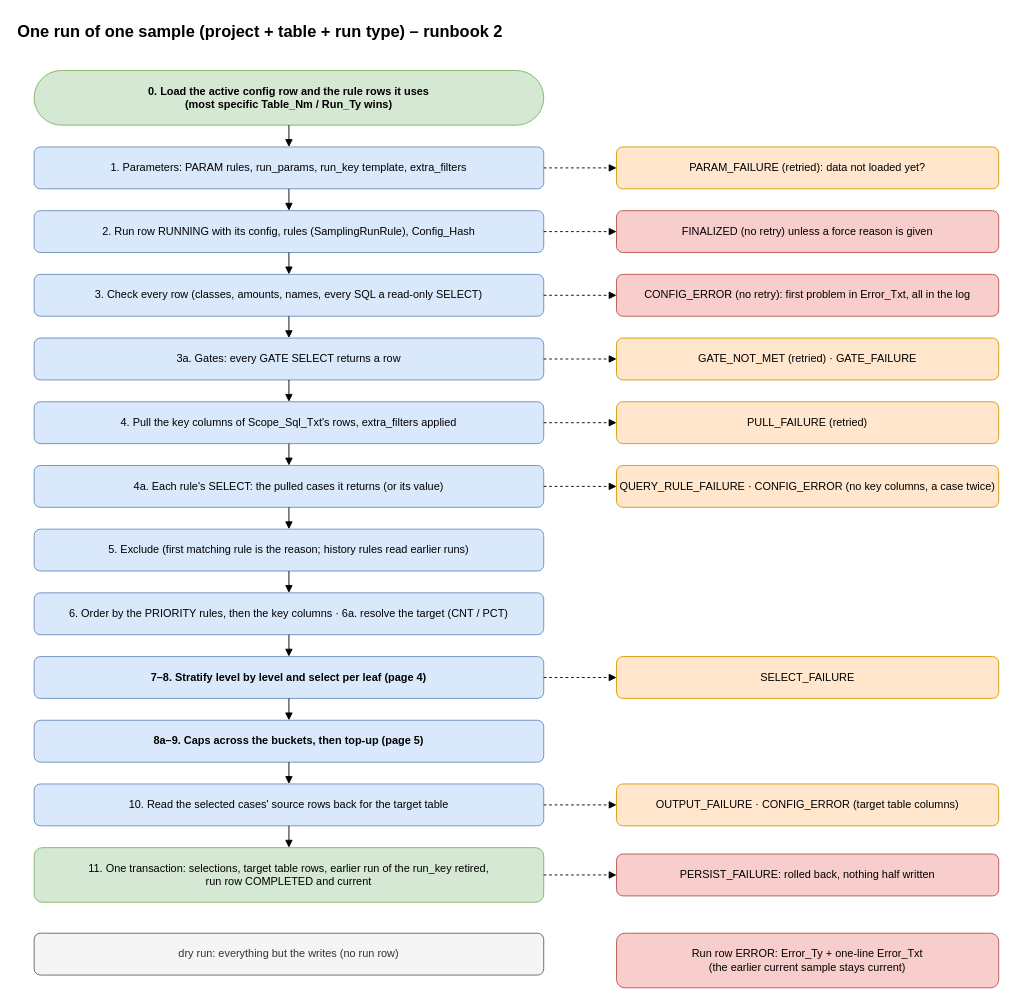
trinathgundavaram/sampling keeps this draw.io diagram as page "3 One run" (3 of 8) of airflow_resources/docs/diagrams/sampling.drawio. Above is the earlier version. Source tidied: cells renumbered, new cells numbered last; positions are measured from the earlier drawing's top-left corner, leaving out a move shared by most shapes. Both pictures are drawn from the tidied source at 91%, with x=0, y=0 at pixel (15, 15).
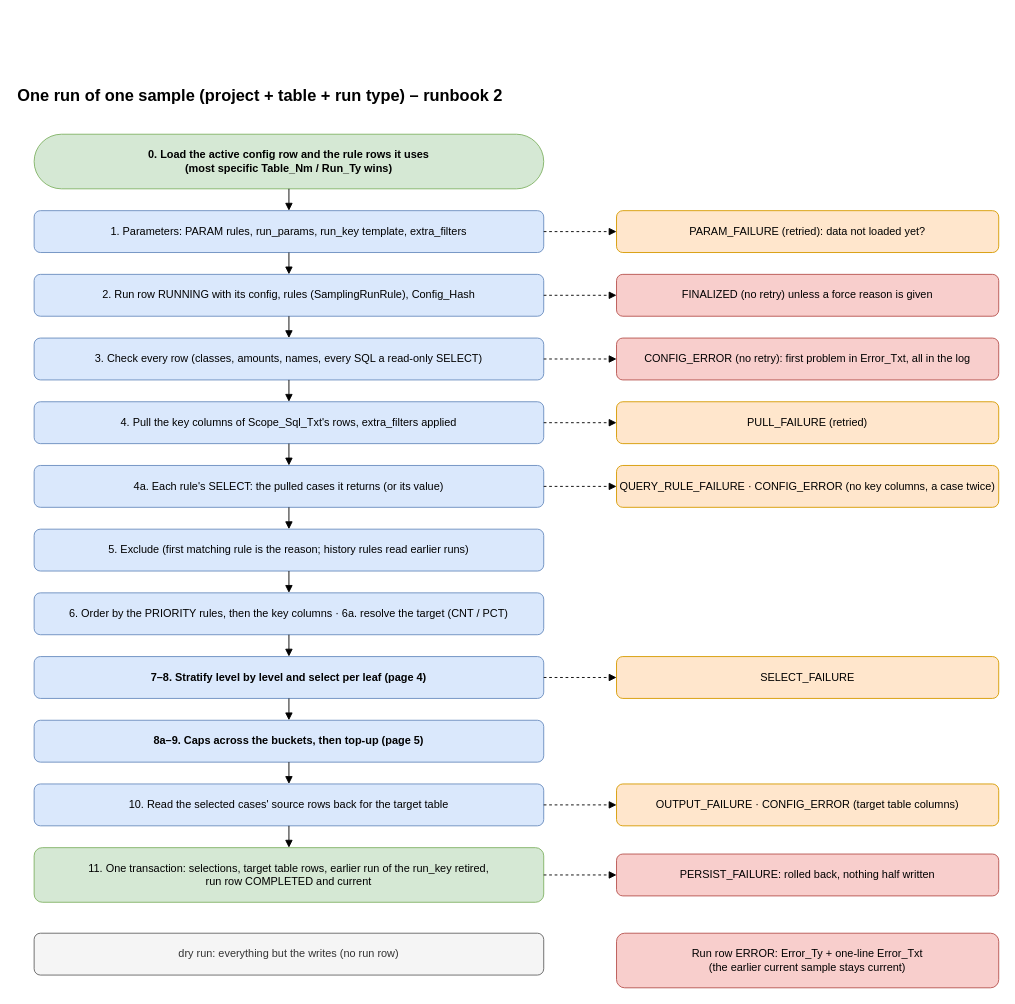
After the change.

The change refers to these unchanged cells:
```xml
<mxCell id="12" value="4. Pull the key columns of Scope_Sql_Txt's rows, extra_filters applied" style="rounded=1;whiteSpace=wrap;html=1;fillColor=#dae8fc;strokeColor=#6c8ebf;" parent="1" vertex="1">
  <mxGeometry x="20" y="424" width="560" height="46" as="geometry" />
</mxCell>
```

Diff of the diagram source:
```diff
@@
     <mxCell id="2" value="One run of one sample (project + table + run type) – runbook 2" style="text;html=1;fontSize=18;fontStyle=1;align=left;verticalAlign=middle;" parent="1" vertex="1">
-      <mxGeometry width="1000" height="36" as="geometry" />
+      <mxGeometry y="70" width="1000" height="36" as="geometry" />
     </mxCell>
     <mxCell id="3" value="0. Load the active config row and the rule rows it uses&lt;br&gt;(most specific Table_Nm / Run_Ty wins)" style="rounded=1;arcSize=50;whiteSpace=wrap;html=1;fillColor=#d5e8d4;strokeColor=#82b366;fontStyle=1;" parent="1" vertex="1">
-      <mxGeometry x="20" y="60" width="560" height="60" as="geometry" />
+      <mxGeometry x="20" y="130" width="560" height="60" as="geometry" />
     </mxCell>
     <mxCell id="4" value="1. Parameters: PARAM rules, run_params, run_key template, extra_filters" style="rounded=1;whiteSpace=wrap;html=1;fillColor=#dae8fc;strokeColor=#6c8ebf;" parent="1" vertex="1">
-      <mxGeometry x="20" y="144" width="560" height="46" as="geometry" />
+      <mxGeometry x="20" y="214" width="560" height="46" as="geometry" />
     </mxCell>
@@
     <mxCell id="6" value="2. Run row RUNNING with its config, rules (SamplingRunRule), Config_Hash" style="rounded=1;whiteSpace=wrap;html=1;fillColor=#dae8fc;strokeColor=#6c8ebf;" parent="1" vertex="1">
-      <mxGeometry x="20" y="214" width="560" height="46" as="geometry" />
+      <mxGeometry x="20" y="284" width="560" height="46" as="geometry" />
     </mxCell>
@@
     <mxCell id="8" value="3. Check every row (classes, amounts, names, every SQL a read-only SELECT)" style="rounded=1;whiteSpace=wrap;html=1;fillColor=#dae8fc;strokeColor=#6c8ebf;" parent="1" vertex="1">
-      <mxGeometry x="20" y="284" width="560" height="46" as="geometry" />
+      <mxGeometry x="20" y="354" width="560" height="46" as="geometry" />
     </mxCell>
@@
-    <mxCell id="10" value="3a. Gates: every GATE SELECT returns a row" style="rounded=1;whiteSpace=wrap;html=1;fillColor=#dae8fc;strokeColor=#6c8ebf;" parent="1" vertex="1">
-      <mxGeometry x="20" y="354" width="560" height="46" as="geometry" />
-    </mxCell>
-    <mxCell id="11" style="edgeStyle=orthogonalEdgeStyle;rounded=1;html=1;endArrow=block;endFill=1;fontSize=11;labelBackgroundColor=#ffffff;exitX=0.5;exitY=1;exitDx=0;exitDy=0;entryX=0.5;entryY=0;entryDx=0;entryDy=0;" parent="1" edge="1" source="8" target="10">
+    <mxCell id="11" style="edgeStyle=orthogonalEdgeStyle;rounded=1;html=1;endArrow=block;endFill=1;fontSize=11;labelBackgroundColor=#ffffff;exitX=0.5;exitY=1;exitDx=0;exitDy=0;entryX=0.5;entryY=0;entryDx=0;entryDy=0;" parent="1" edge="1" source="8" target="12">
       <mxGeometry relative="1" as="geometry" />
     </mxCell>
@@
-    <mxCell id="13" style="edgeStyle=orthogonalEdgeStyle;rounded=1;html=1;endArrow=block;endFill=1;fontSize=11;labelBackgroundColor=#ffffff;exitX=0.5;exitY=1;exitDx=0;exitDy=0;entryX=0.5;entryY=0;entryDx=0;entryDy=0;" parent="1" edge="1" source="10" target="12">
-      <mxGeometry relative="1" as="geometry" />
-    </mxCell>
@@
     <mxCell id="28" value="PARAM_FAILURE (retried): data not loaded yet?" style="rounded=1;whiteSpace=wrap;html=1;fillColor=#ffe6cc;strokeColor=#d79b00;" parent="1" vertex="1">
-      <mxGeometry x="660" y="144" width="420" height="46" as="geometry" />
+      <mxGeometry x="660" y="214" width="420" height="46" as="geometry" />
     </mxCell>
@@
     <mxCell id="30" value="FINALIZED (no retry) unless a force reason is given" style="rounded=1;whiteSpace=wrap;html=1;fillColor=#f8cecc;strokeColor=#b85450;" parent="1" vertex="1">
-      <mxGeometry x="660" y="214" width="420" height="46" as="geometry" />
+      <mxGeometry x="660" y="284" width="420" height="46" as="geometry" />
     </mxCell>
@@
     <mxCell id="32" value="CONFIG_ERROR (no retry): first problem in Error_Txt, all in the log" style="rounded=1;whiteSpace=wrap;html=1;fillColor=#f8cecc;strokeColor=#b85450;" parent="1" vertex="1">
-      <mxGeometry x="660" y="284" width="420" height="46" as="geometry" />
+      <mxGeometry x="660" y="354" width="420" height="46" as="geometry" />
     </mxCell>
@@
-    <mxCell id="34" value="GATE_NOT_MET (retried) · GATE_FAILURE" style="rounded=1;whiteSpace=wrap;html=1;fillColor=#ffe6cc;strokeColor=#d79b00;" parent="1" vertex="1">
-      <mxGeometry x="660" y="354" width="420" height="46" as="geometry" />
-    </mxCell>
-    <mxCell id="35" style="edgeStyle=orthogonalEdgeStyle;rounded=1;html=1;endArrow=block;endFill=1;fontSize=11;labelBackgroundColor=#ffffff;exitX=1;exitY=0.5;exitDx=0;exitDy=0;entryX=0;entryY=0.5;entryDx=0;entryDy=0;dashed=1;" parent="1" edge="1" source="10" target="34">
-      <mxGeometry relative="1" as="geometry" />
-    </mxCell>
```
